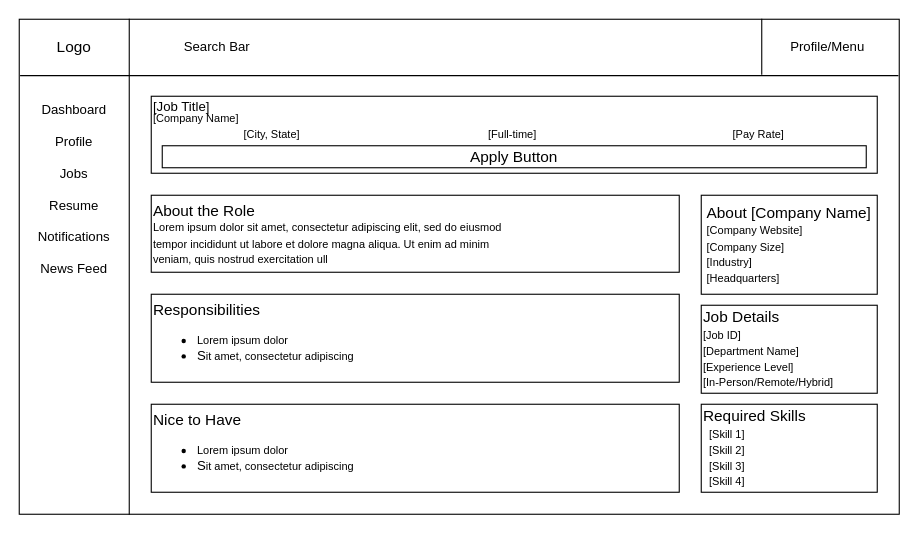
Earlier version of the draw.io diagram 03_Team_Work/Team1/Milestone_3_Components/1_In_Progress/Reference/DesktopWireframeTemplate.drawio (JmmonJeremy/CareerBound-SDD). Source tidied: cells renumbered, new cells numbered last; positions are measured from the earlier drawing's top-left corner, leaving out a move shared by most shapes. Both pictures are drawn from the tidied source at 110%, with x=0, y=0 at pixel (19, -344).
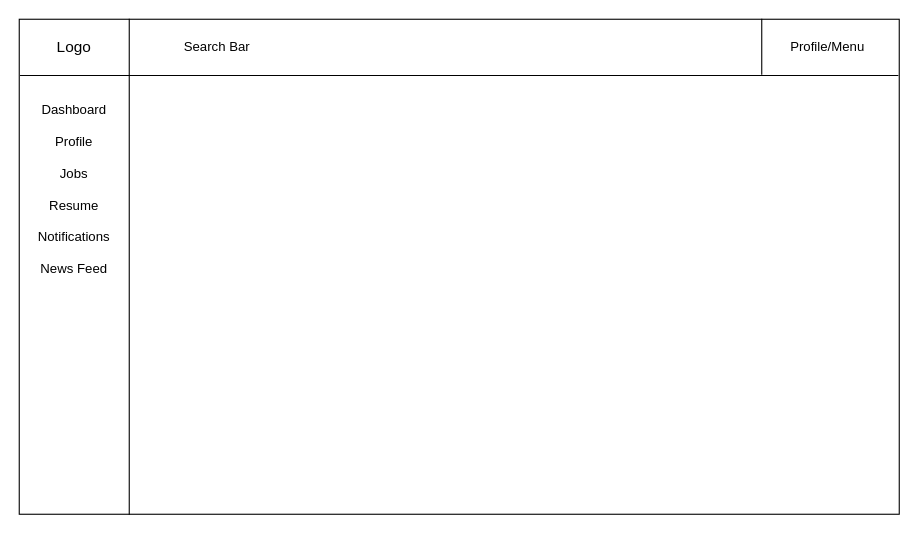
After the change.

Commit message (it also covers changes not shown here):
updated wireframe template

What changed in the source:
```diff
@@
     <mxCell id="4" style="shape=partialRectangle;whiteSpace=wrap;html=1;right=0;top=0;bottom=0;fillColor=none;routingCenterX=-0.5;rotation=90;" parent="1" vertex="1">
-      <mxGeometry x="382.5" width="35" height="797.5" as="geometry" />
+      <mxGeometry x="396.2" y="-13.8" width="7.5" height="797.5" as="geometry" />
     </mxCell>
@@
-    <mxCell id="10" style="rounded=0;whiteSpace=wrap;html=1;" parent="1" vertex="1">
-      <mxGeometry x="120" y="400" width="660" height="70" as="geometry" />
-    </mxCell>
-    <mxCell id="11" value="&lt;div&gt;&lt;font style=&quot;font-size: 14px;&quot;&gt;About the Role&lt;/font&gt;&lt;/div&gt;&lt;div&gt;&lt;font style=&quot;font-size: 10px;&quot;&gt;Lorem ipsum dolor sit amet, consectetur adipiscing elit, sed do eiusmod &lt;br/&gt;tempor incididunt ut labore et dolore magna aliqua. Ut enim ad minim &lt;br/&gt;veniam, quis nostrud exercitation ull&lt;/font&gt;&lt;/div&gt;" style="rounded=0;whiteSpace=wrap;html=1;align=left;" parent="1" vertex="1">
-      <mxGeometry x="120" y="490" width="480" height="70" as="geometry" />
-    </mxCell>
-    <mxCell id="12" value="&lt;div&gt;&lt;font style=&quot;font-size: 14px;&quot;&gt;Responsibilities&lt;/font&gt;&lt;/div&gt;&lt;ul&gt;&lt;li&gt;&lt;font style=&quot;font-size: 10px; line-height: 100%;&quot;&gt;Lorem ipsum dolor&lt;/font&gt;&lt;/li&gt;&lt;li&gt;S&lt;font style=&quot;font-size: 10px;&quot;&gt;it amet, consectetur adipiscing &lt;/font&gt;&lt;/li&gt;&lt;/ul&gt;" style="rounded=0;whiteSpace=wrap;html=1;align=left;" parent="1" vertex="1">
-      <mxGeometry x="120" y="580" width="480" height="80" as="geometry" />
-    </mxCell>
-    <mxCell id="13" value="[Job Title]" style="rounded=0;whiteSpace=wrap;html=1;fillColor=none;strokeColor=none;align=left;" parent="1" vertex="1">
-      <mxGeometry x="120" y="400" width="60" height="20" as="geometry" />
-    </mxCell>
-    <mxCell id="14" value="&lt;font style=&quot;font-size: 10px;&quot;&gt;[Company Name]&lt;/font&gt;" style="rounded=0;whiteSpace=wrap;html=1;fillColor=none;strokeColor=none;align=left;" parent="1" vertex="1">
-      <mxGeometry x="120" y="412" width="100" height="15" as="geometry" />
-    </mxCell>
-    <mxCell id="15" value="&lt;font style=&quot;font-size: 10px;&quot;&gt;[City, State]&lt;span style=&quot;white-space: pre;&quot;&gt;&#9;&lt;/span&gt;&lt;span style=&quot;white-space: pre;&quot;&gt;&#9;&lt;/span&gt;&lt;span style=&quot;white-space: pre;&quot;&gt;&#9;&lt;span style=&quot;white-space: pre;&quot;&gt;&#9;&lt;/span&gt;&lt;span style=&quot;white-space: pre;&quot;&gt;&#9;&lt;span style=&quot;white-space: pre;&quot;&gt;&#9;&lt;/span&gt;&lt;span style=&quot;white-space: pre;&quot;&gt;&#9;&lt;/span&gt;&lt;/span&gt;&lt;/span&gt;&lt;span style=&quot;white-space: pre;&quot;&gt;&#9;&lt;/span&gt;[Full-time]&lt;span style=&quot;white-space: pre;&quot;&gt;&#9;&lt;/span&gt;&lt;span style=&quot;white-space: pre;&quot;&gt;&#9;&lt;/span&gt;&lt;span style=&quot;white-space: pre;&quot;&gt;&#9;&lt;/span&gt;&lt;span style=&quot;white-space: pre;&quot;&gt;&#9;&lt;/span&gt;&lt;span style=&quot;white-space: pre;&quot;&gt;&#9;&lt;span style=&quot;white-space: pre;&quot;&gt;&#9;&lt;/span&gt;&lt;span style=&quot;white-space: pre;&quot;&gt;&#9;&lt;/span&gt;&lt;/span&gt;&lt;span style=&quot;white-space: pre;&quot;&gt;&#9;&lt;/span&gt;[Pay Rate]&lt;/font&gt;" style="rounded=0;whiteSpace=wrap;html=1;fillColor=none;strokeColor=none;align=center;" parent="1" vertex="1">
-      <mxGeometry x="120" y="426" width="660" height="15" as="geometry" />
-    </mxCell>
-    <mxCell id="16" value="&lt;font style=&quot;font-size: 14px;&quot;&gt;Apply Button&lt;/font&gt;" style="rounded=0;whiteSpace=wrap;html=1;fillColor=none;strokeColor=default;align=center;" parent="1" vertex="1">
-      <mxGeometry x="130" y="445" width="640" height="20" as="geometry" />
-    </mxCell>
-    <mxCell id="17" value="&lt;div&gt;&lt;font style=&quot;font-size: 14px;&quot;&gt;Nice to Have&lt;/font&gt;&lt;/div&gt;&lt;ul&gt;&lt;li&gt;&lt;font style=&quot;font-size: 10px; line-height: 100%;&quot;&gt;Lorem ipsum dolor&lt;/font&gt;&lt;/li&gt;&lt;li&gt;S&lt;font style=&quot;font-size: 10px;&quot;&gt;it amet, consectetur adipiscing &lt;/font&gt;&lt;/li&gt;&lt;/ul&gt;" style="rounded=0;whiteSpace=wrap;html=1;align=left;" parent="1" vertex="1">
-      <mxGeometry x="120" y="680" width="480" height="80" as="geometry" />
-    </mxCell>
-    <mxCell id="18" value="&lt;div&gt;&lt;font style=&quot;font-size: 14px;&quot;&gt;About [Company Name]&lt;/font&gt;&lt;/div&gt;&lt;div align=&quot;left&quot;&gt;&lt;font style=&quot;font-size: 10px;&quot;&gt;[Company Website]&lt;/font&gt;&lt;/div&gt;&lt;div align=&quot;left&quot;&gt;&lt;font style=&quot;font-size: 10px;&quot;&gt;[Company Size]&lt;/font&gt;&lt;/div&gt;&lt;div align=&quot;left&quot;&gt;&lt;font style=&quot;font-size: 10px;&quot;&gt;[Industry]&lt;/font&gt;&lt;/div&gt;&lt;div align=&quot;left&quot;&gt;&lt;font style=&quot;font-size: 10px;&quot;&gt;[Headquarters]&lt;/font&gt;&lt;/div&gt;" style="rounded=0;whiteSpace=wrap;html=1;" parent="1" vertex="1">
-      <mxGeometry x="620" y="490" width="160" height="90" as="geometry" />
-    </mxCell>
-    <mxCell id="19" value="&lt;div align=&quot;left&quot;&gt;&lt;font style=&quot;font-size: 14px;&quot;&gt;Job Details&lt;/font&gt;&lt;/div&gt;&lt;div align=&quot;left&quot;&gt;&lt;font style=&quot;font-size: 10px;&quot;&gt;[Job ID]&lt;br&gt;[Department Name]&lt;/font&gt;&lt;/div&gt;&lt;div align=&quot;left&quot;&gt;&lt;font style=&quot;font-size: 10px;&quot;&gt;[Experience Level]&lt;/font&gt;&lt;/div&gt;&lt;div align=&quot;left&quot;&gt;&lt;font style=&quot;font-size: 10px;&quot;&gt;[In-Person/Remote/Hybrid]&lt;/font&gt;&lt;/div&gt;" style="rounded=0;whiteSpace=wrap;html=1;align=left;" parent="1" vertex="1">
-      <mxGeometry x="620" y="590" width="160" height="80" as="geometry" />
-    </mxCell>
-    <mxCell id="20" value="&lt;div align=&quot;left&quot;&gt;&lt;font style=&quot;font-size: 14px;&quot;&gt;Required Skills&lt;/font&gt;&lt;/div&gt;&lt;div align=&quot;left&quot;&gt;&lt;font style=&quot;font-size: 10px;&quot;&gt;&amp;nbsp; [Skill 1]&lt;/font&gt;&lt;/div&gt;&lt;div align=&quot;left&quot;&gt;&lt;font style=&quot;font-size: 10px;&quot;&gt;&amp;nbsp; [Skill 2]&lt;/font&gt;&lt;/div&gt;&lt;div align=&quot;left&quot;&gt;&lt;font style=&quot;font-size: 10px;&quot;&gt;&amp;nbsp; [Skill 3]&lt;/font&gt;&lt;/div&gt;&lt;div align=&quot;left&quot;&gt;&lt;font style=&quot;font-size: 10px;&quot;&gt;&amp;nbsp; [Skill 4]&lt;/font&gt;&lt;/div&gt;" style="rounded=0;whiteSpace=wrap;html=1;align=left;" parent="1" vertex="1">
-      <mxGeometry x="620" y="680" width="160" height="80" as="geometry" />
-    </mxCell>
```
